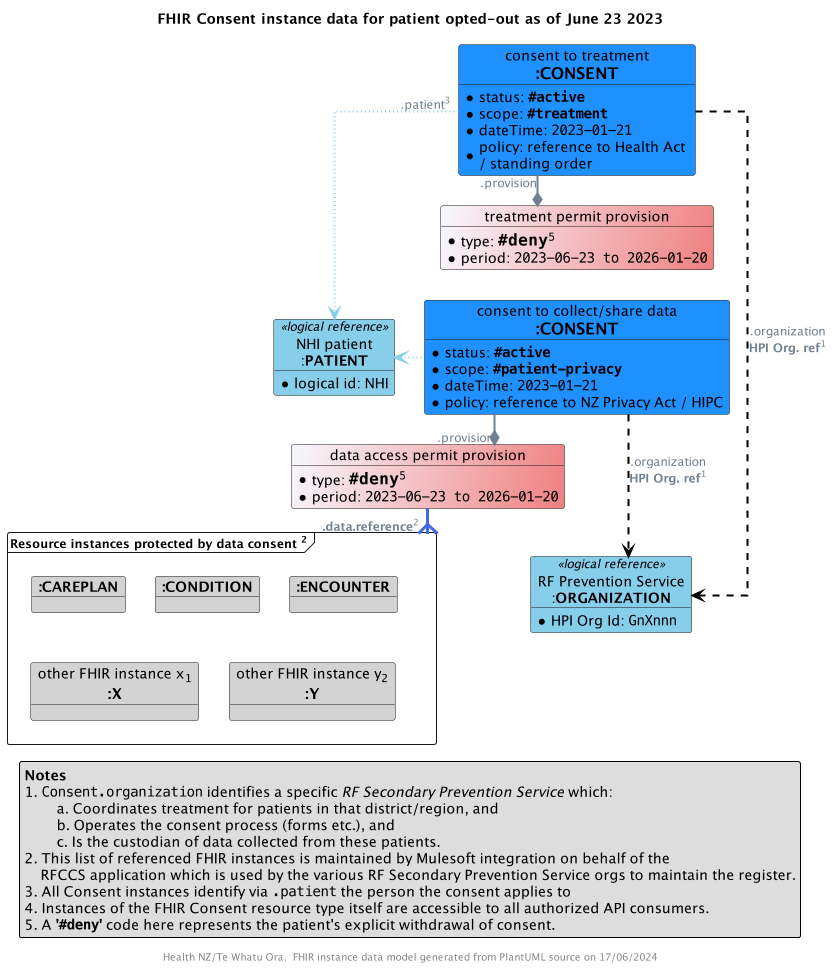
This is input/images/obj-FHIR-data-consent-optout.png from tewhatuora/fhir-rheumatic-fever, a PlantUML export, as it was before one commit.
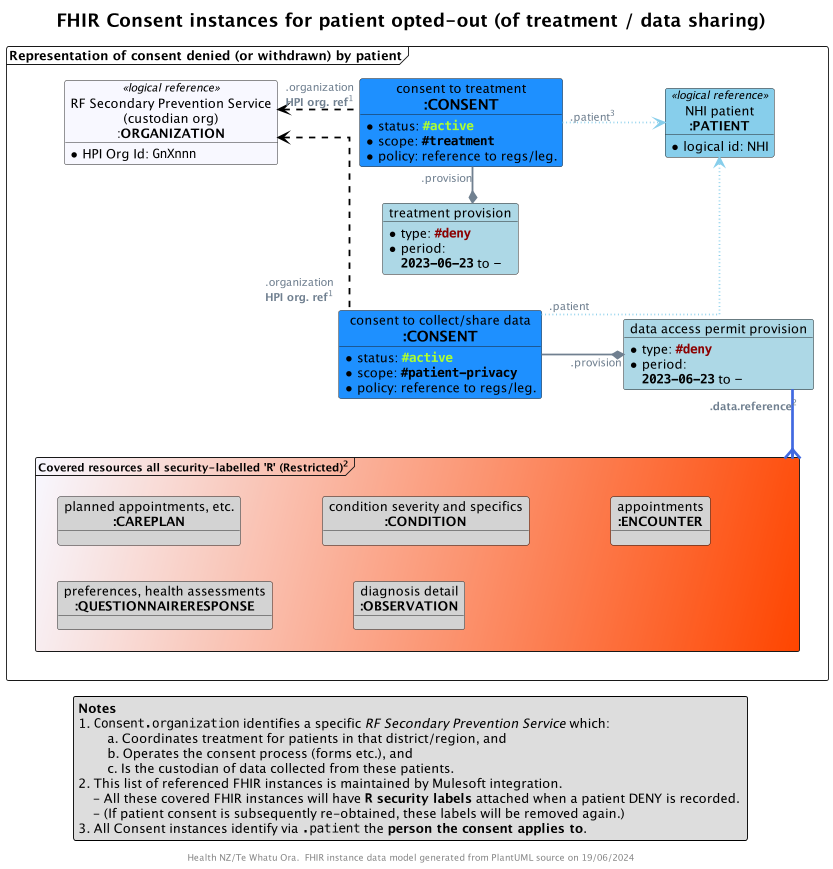
Later version of the same file.

Commit message:
Improved consent data designs as discussed DD meeting

Change to the diagram source:
```diff
@@ -13,72 +13,70 @@
 skinparam ArrowMessageAlignment left
 skinparam BoxPadding 10
 skinparam linetype ortho
-skinparam nodesep 30
-skinparam ranksep 30
+skinparam nodesep 90
+skinparam ranksep 40
 skinparam roundcorner 5
 skinparam sequenceArrowThickness 2
-
-title FHIR Consent instance data for patient opted-out as of June 23 2023
-
-!procedure $Coding($Alias,$System,$Code,$Display)
-  object "<color:GhostWhite>$System" as $Alias #MediumPurple {
-    <color:GhostWhite><size:11>**$Code**-$Display
-  }
-!endprocedure
+skinparam TitleFontSize 20
 
 
-object "consent to treatment\n<size:16>**:CONSENT**" as TREATCONSENT #DodgerBlue {
-  * status: ""**#active**""
-  * scope: ""**#treatment**""
-  * dateTime: ""2023-01-21""
-  * policy: reference to Health Act \n/ standing order
+title FHIR Consent instances for patient opted-out (of treatment / data sharing)
+
+frame "Representation of consent denied (or withdrawn) by patient" as F {
+
+  object "consent to treatment\n<size:16>**:CONSENT**" as TREATCONSENT #DodgerBlue {
+    * status: ""<color:GreenYellow>**#active**""
+    * scope: ""**#treatment**""
+    * policy: reference to regs/leg.
+  }
+
+  object "treatment provision" as TP #LightBlue  {
+    * type: ""<color:DarkRed>**#deny**""
+    * period:
+      ""**2023-06-23**"" to ""-""
+  }
+
+  object "consent to collect/share data\n<size:16>**:CONSENT**" as DATACONSENT #DodgerBlue {
+    * status: ""<color:GreenYellow>**#active**""
+    * scope: ""**#patient-privacy**""
+    * policy: reference to regs/leg.
+  }
+
+  object "data access permit provision" as DAP #LightBlue  {
+    * type: ""<color:DarkRed>**#deny**""
+    * period:
+      ""**2023-06-23**"" to ""-""
+  }
+
+  object "NHI patient\n**:PATIENT**" as PATIENT <<logical reference>> #SkyBlue {
+    * logical id: NHI
+  }
+
+  object "RF Secondary Prevention Service\n(custodian org)\n:**ORGANIZATION**" as HPI <<logical reference>> #GhostWhite {
+    * HPI Org Id: ""GnXnnn""
+  }
+
+  frame "<size:12>Covered resources all security-labelled '""R""' (Restricted)<sup>2</sup>" as COVERED #GhostWhite/OrangeRed {
+    object "planned appointments, etc.\n<size:14>**:CAREPLAN**" as R1 #LightGray
+    object "condition severity and specifics\n<size:14>**:CONDITION**" as R2 #LightGray
+    object "appointments\n<size:14>**:ENCOUNTER**" as R3 #LightGray
+    object "preferences, health assessments\n<size:14>**:QUESTIONNAIRERESPONSE**" as R4 #LightGray
+    object "diagnosis detail\n<size:14>**:OBSERVATION**" as R5 #LightGray
+  }
 }
 
-object "treatment permit provision" as TAP #GhostWhite/LightCoral  {
-  * type: ""<size:16>**#deny**</size><sup>5</sup>""
-  * period: ""2023-06-23 to 2026-01-20""
-}
+TREATCONSENT -[hidden]d- TP
+TP -[hidden]d- DATACONSENT
 
-object "consent to collect/share data\n<size:16>**:CONSENT**" as DATACONSENT #DodgerBlue {
-  * status: ""**#active**""
-  * scope: ""**#patient-privacy**""
-  * dateTime: ""2023-01-21""
-  * policy: reference to NZ Privacy Act / HIPC
-}
+DAP "**.data.reference**<sup>2</sup>" -[thickness=3,#RoyalBlue]--{ COVERED
 
-object "data access permit provision" as DAP #GhostWhite/LightCoral  {
-  * type: ""<size:16>**#deny**</size><sup>5</sup>""
-  * period: ""2023-06-23 to 2026-01-20""
-}
+TREATCONSENT ".patient<sup>3</sup>" -[dotted,#SkyBlue,norank]-> PATIENT
+TREATCONSENT -[norank]-* TP : "".provision""
+TREATCONSENT ".organization\n**HPI org. ref**<sup>1</sup>" -[dashed,#Black]l-> HPI
 
-frame "<size:12>Resource instances protected by data consent <sup>2</sup>" as COVERED {
-  object "<size:14>**:CAREPLAN**" as R1 #LightGray
-  object "<size:14>**:CONDITION**" as R2 #LightGray
-  object "<size:14>**:ENCOUNTER**" as R3 #LightGray
-  object "other FHIR instance x<sub>1</sub>\n**<size:15>:X**" as Another1 #LightGray
-  object "other FHIR instance y<sub>2</sub>\n**<size:15>:Y**" as Another2 #LightGray
-}
-
-object "NHI patient\n:**PATIENT**" as PATIENT <<logical reference>> #SkyBlue {
-  * logical id: NHI
-}
-
-object "RF Prevention Service\n:**ORGANIZATION**" as HPI <<logical reference>> #SkyBlue {
-  * HPI Org Id: ""GnXnnn""
-}
-
-TREATCONSENT -[hidden]d- TAP
-TAP -[hidden]d- DATACONSENT
-
-DAP "**.data.reference**<sup>2</sup>" -[thickness=3,#RoyalBlue]-{ COVERED
-
-TREATCONSENT -[dashed,#Black,norank]---> HPI: .organization\n**HPI Org. ref**<sup>1</sup>
-TREATCONSENT ".patient<sup>3</sup>" -[dotted,#SkyBlue,norank]--> PATIENT
-TREATCONSENT -[norank]-* TAP : "".provision""
-
-DATACONSENT -[dotted,#SkyBlue]l---> PATIENT
-DATACONSENT -d-* DAP : "".provision""
-DATACONSENT -[dashed,#Black]--> HPI: .organization\n**HPI Org. ref**<sup>1</sup>
+DATACONSENT ".patient" -[dotted,#SkyBlue,norank]-> PATIENT
+DATACONSENT -* DAP : "".provision""
+DATACONSENT ".organization\n**HPI org. ref**<sup>1</sup>" -[dashed,#Black]u-> HPI
 
 legend bottom
   **Notes**
@@ -86,13 +84,11 @@
       \ta. Coordinates treatment for patients in that district/region, and
       \tb. Operates the consent process (forms etc.), and
       \tc. Is the custodian of data collected from these patients.
-  2. This list of referenced FHIR instances is maintained by Mulesoft integration on behalf of the
-      RFCCS application which is used by the various RF Secondary Prevention Service orgs to maintain the register.
-  3. All Consent instances identify via "".patient"" the person the consent applies to
-  4. Instances of the FHIR Consent resource type itself are accessible to all authorized API consumers.
-  5. A **'""#deny""'** code here represents the patient's explicit withdrawal of consent.
+  2. This list of referenced FHIR instances is maintained by Mulesoft integration.
+      - All these covered FHIR instances will have **""R"" security labels** attached when a patient DENY is recorded.
+      - (If patient consent is subsequently re-obtained, these labels will be removed again.)
+  3. All Consent instances identify via "".patient"" the **person the consent applies to**.
 endlegend
-
 
 footer "Health NZ/Te Whatu Ora.  FHIR instance data model generated from PlantUML source on %date('dd/MM/yyyy')"
 
```
